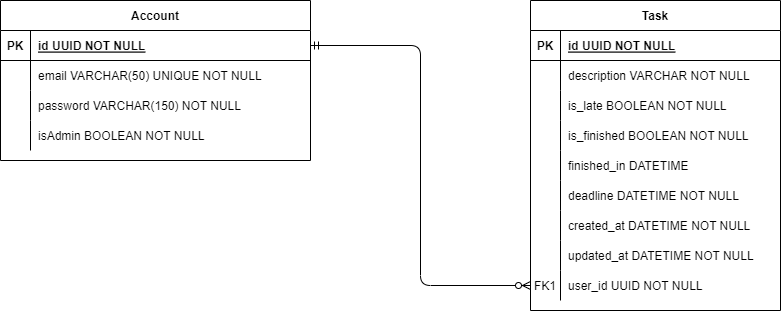
Above: todo.der.png in devmatheuus/taskks-fullstack (draw.io), before the change. Source tidied: cells renumbered, new cells last; positions are measured from the earlier drawing's top-left corner, leaving out a move shared by most shapes. Its diagram source:
```xml
<mxGraphModel>
  <root>
    <mxCell id="0" />
    <mxCell id="1" parent="0" />
    <mxCell id="2" style="endArrow=ERzeroToMany;startArrow=ERmandOne;endFill=1;startFill=0;edgeStyle=orthogonalEdgeStyle;entryX=0;entryY=0.5;entryDx=0;entryDy=0;" parent="1" edge="1" source="32" target="28">
      <mxGeometry relative="1" as="geometry" />
    </mxCell>
    <mxCell id="3" value="Task" style="shape=table;startSize=30;rowLines=0;fontStyle=1;align=center;" parent="1" vertex="1">
      <mxGeometry x="530" width="250" height="310" as="geometry" />
    </mxCell>
    <mxCell id="4" style="shape=partialRectangle;fillColor=none;top=0;left=0;right=0;bottom=1;" parent="3" vertex="1">
      <mxGeometry y="30" width="250" height="30" as="geometry" />
    </mxCell>
    <mxCell id="5" value="PK" style="shape=partialRectangle;overflow=hidden;fillColor=none;top=0;left=0;bottom=0;right=0;fontStyle=1;" parent="4" vertex="1">
      <mxGeometry width="30" height="30" as="geometry" />
    </mxCell>
    <mxCell id="6" value="id UUID NOT NULL " style="shape=partialRectangle;overflow=hidden;fillColor=none;top=0;left=0;bottom=0;right=0;align=left;spacingLeft=6;fontStyle=5;" parent="4" vertex="1">
      <mxGeometry x="30" width="220" height="30" as="geometry" />
    </mxCell>
    <mxCell id="7" style="shape=partialRectangle;fillColor=none;top=0;left=0;right=0;bottom=0;" parent="3" vertex="1">
      <mxGeometry y="60" width="250" height="30" as="geometry" />
    </mxCell>
    <mxCell id="8" style="shape=partialRectangle;overflow=hidden;fillColor=none;top=0;left=0;bottom=0;right=0;" parent="7" vertex="1">
      <mxGeometry width="30" height="30" as="geometry" />
    </mxCell>
    <mxCell id="9" value="description VARCHAR NOT NULL" style="shape=partialRectangle;overflow=hidden;fillColor=none;top=0;left=0;bottom=0;right=0;align=left;spacingLeft=6;" parent="7" vertex="1">
      <mxGeometry x="30" width="220" height="30" as="geometry" />
    </mxCell>
    <mxCell id="10" style="shape=partialRectangle;fillColor=none;top=0;left=0;right=0;bottom=0;" parent="3" vertex="1">
      <mxGeometry y="90" width="250" height="30" as="geometry" />
    </mxCell>
    <mxCell id="11" style="shape=partialRectangle;overflow=hidden;fillColor=none;top=0;left=0;bottom=0;right=0;" parent="10" vertex="1">
      <mxGeometry width="30" height="30" as="geometry" />
    </mxCell>
    <mxCell id="12" value="is_late BOOLEAN NOT NULL    " style="shape=partialRectangle;overflow=hidden;fillColor=none;top=0;left=0;bottom=0;right=0;align=left;spacingLeft=6;" parent="10" vertex="1">
      <mxGeometry x="30" width="220" height="30" as="geometry" />
    </mxCell>
    <mxCell id="13" style="shape=partialRectangle;fillColor=none;top=0;left=0;right=0;bottom=0;" parent="3" vertex="1">
      <mxGeometry y="120" width="250" height="30" as="geometry" />
    </mxCell>
    <mxCell id="14" style="shape=partialRectangle;overflow=hidden;fillColor=none;top=0;left=0;bottom=0;right=0;" parent="13" vertex="1">
      <mxGeometry width="30" height="30" as="geometry" />
    </mxCell>
    <mxCell id="15" style="shape=partialRectangle;overflow=hidden;fillColor=none;top=0;left=0;bottom=0;right=0;align=left;spacingLeft=6;" parent="13" vertex="1">
      <mxGeometry x="30" width="220" height="30" as="geometry" />
    </mxCell>
    <mxCell id="16" style="shape=partialRectangle;fillColor=none;top=0;left=0;right=0;bottom=0;" parent="3" vertex="1">
      <mxGeometry y="150" width="250" height="30" as="geometry" />
    </mxCell>
    <mxCell id="17" style="shape=partialRectangle;overflow=hidden;fillColor=none;top=0;left=0;bottom=0;right=0;" parent="16" vertex="1">
      <mxGeometry width="30" height="30" as="geometry" />
    </mxCell>
    <mxCell id="18" value="finished_in DATETIME" style="shape=partialRectangle;overflow=hidden;fillColor=none;top=0;left=0;bottom=0;right=0;align=left;spacingLeft=6;" parent="16" vertex="1">
      <mxGeometry x="30" width="220" height="30" as="geometry" />
    </mxCell>
    <mxCell id="19" style="shape=partialRectangle;fillColor=none;top=0;left=0;right=0;bottom=0;" parent="3" vertex="1">
      <mxGeometry y="180" width="250" height="30" as="geometry" />
    </mxCell>
    <mxCell id="20" style="shape=partialRectangle;overflow=hidden;fillColor=none;top=0;left=0;bottom=0;right=0;" parent="19" vertex="1">
      <mxGeometry width="30" height="30" as="geometry" />
    </mxCell>
    <mxCell id="21" value="deadline DATETIME NOT NULL " style="shape=partialRectangle;overflow=hidden;fillColor=none;top=0;left=0;bottom=0;right=0;align=left;spacingLeft=6;" parent="19" vertex="1">
      <mxGeometry x="30" width="220" height="30" as="geometry" />
    </mxCell>
    <mxCell id="22" style="shape=partialRectangle;fillColor=none;top=0;left=0;right=0;bottom=0;" parent="3" vertex="1">
      <mxGeometry y="210" width="250" height="30" as="geometry" />
    </mxCell>
    <mxCell id="23" style="shape=partialRectangle;overflow=hidden;fillColor=none;top=0;left=0;bottom=0;right=0;" parent="22" vertex="1">
      <mxGeometry width="30" height="30" as="geometry" />
    </mxCell>
    <mxCell id="24" value="created_at DATETIME NOT NULL" style="shape=partialRectangle;overflow=hidden;fillColor=none;top=0;left=0;bottom=0;right=0;align=left;spacingLeft=6;" parent="22" vertex="1">
      <mxGeometry x="30" width="220" height="30" as="geometry" />
    </mxCell>
    <mxCell id="25" style="shape=partialRectangle;fillColor=none;top=0;left=0;right=0;bottom=0;" parent="3" vertex="1">
      <mxGeometry y="240" width="250" height="30" as="geometry" />
    </mxCell>
    <mxCell id="26" style="shape=partialRectangle;overflow=hidden;fillColor=none;top=0;left=0;bottom=0;right=0;" parent="25" vertex="1">
      <mxGeometry width="30" height="30" as="geometry" />
    </mxCell>
    <mxCell id="27" value="updated_at DATETIME NOT NULL" style="shape=partialRectangle;overflow=hidden;fillColor=none;top=0;left=0;bottom=0;right=0;align=left;spacingLeft=6;" parent="25" vertex="1">
      <mxGeometry x="30" width="220" height="30" as="geometry" />
    </mxCell>
    <mxCell id="28" style="shape=partialRectangle;fillColor=none;points=[[0,0.5],[1,0.5]];portConstraint=eastwest;top=0;left=0;right=0;bottom=0;" parent="3" vertex="1">
      <mxGeometry y="270" width="250" height="30" as="geometry" />
    </mxCell>
    <mxCell id="29" value="FK1" style="shape=partialRectangle;overflow=hidden;fillColor=none;top=0;left=0;bottom=0;right=0;" parent="28" vertex="1">
      <mxGeometry width="30" height="30" as="geometry" />
    </mxCell>
    <mxCell id="30" value="user_id UUID NOT NULL " style="shape=partialRectangle;overflow=hidden;fillColor=none;top=0;left=0;bottom=0;right=0;align=left;spacingLeft=6;" parent="28" vertex="1">
      <mxGeometry x="30" width="220" height="30" as="geometry" />
    </mxCell>
    <mxCell id="31" value="Account" style="shape=table;startSize=30;rowLines=0;fontStyle=1;align=center;" parent="1" vertex="1">
      <mxGeometry width="310" height="160" as="geometry" />
    </mxCell>
    <mxCell id="32" style="shape=partialRectangle;fillColor=none;points=[[0,0.5],[1,0.5]];portConstraint=eastwest;top=0;left=0;right=0;bottom=1;" parent="31" vertex="1">
      <mxGeometry y="30" width="310" height="30" as="geometry" />
    </mxCell>
    <mxCell id="33" value="PK" style="shape=partialRectangle;overflow=hidden;fillColor=none;top=0;left=0;bottom=0;right=0;fontStyle=1;" parent="32" vertex="1">
      <mxGeometry width="30" height="30" as="geometry" />
    </mxCell>
    <mxCell id="34" value="id UUID NOT NULL " style="shape=partialRectangle;overflow=hidden;fillColor=none;top=0;left=0;bottom=0;right=0;align=left;spacingLeft=6;fontStyle=5;" parent="32" vertex="1">
      <mxGeometry x="30" width="280" height="30" as="geometry" />
    </mxCell>
    <mxCell id="35" style="shape=partialRectangle;fillColor=none;top=0;left=0;right=0;bottom=0;" parent="31" vertex="1">
      <mxGeometry y="60" width="310" height="30" as="geometry" />
    </mxCell>
    <mxCell id="36" style="shape=partialRectangle;overflow=hidden;fillColor=none;top=0;left=0;bottom=0;right=0;" parent="35" vertex="1">
      <mxGeometry width="30" height="30" as="geometry" />
    </mxCell>
    <mxCell id="37" value="email VARCHAR(50) UNIQUE NOT NULL" style="shape=partialRectangle;overflow=hidden;fillColor=none;top=0;left=0;bottom=0;right=0;align=left;spacingLeft=6;" parent="35" vertex="1">
      <mxGeometry x="30" width="280" height="30" as="geometry" />
    </mxCell>
    <mxCell id="38" style="shape=partialRectangle;fillColor=none;top=0;left=0;right=0;bottom=0;" parent="31" vertex="1">
      <mxGeometry y="90" width="310" height="30" as="geometry" />
    </mxCell>
    <mxCell id="39" style="shape=partialRectangle;overflow=hidden;fillColor=none;top=0;left=0;bottom=0;right=0;" parent="38" vertex="1">
      <mxGeometry width="30" height="30" as="geometry" />
    </mxCell>
    <mxCell id="40" value="password VARCHAR(150) NOT NULL" style="shape=partialRectangle;overflow=hidden;fillColor=none;top=0;left=0;bottom=0;right=0;align=left;spacingLeft=6;" parent="38" vertex="1">
      <mxGeometry x="30" width="280" height="30" as="geometry" />
    </mxCell>
    <mxCell id="41" style="shape=partialRectangle;fillColor=none;top=0;left=0;right=0;bottom=0;" parent="31" vertex="1">
      <mxGeometry y="120" width="310" height="30" as="geometry" />
    </mxCell>
    <mxCell id="42" style="shape=partialRectangle;overflow=hidden;fillColor=none;top=0;left=0;bottom=0;right=0;" parent="41" vertex="1">
      <mxGeometry width="30" height="30" as="geometry" />
    </mxCell>
    <mxCell id="43" value="isAdmin BOOLEAN NOT NULL" style="shape=partialRectangle;overflow=hidden;fillColor=none;top=0;left=0;bottom=0;right=0;align=left;spacingLeft=6;" parent="41" vertex="1">
      <mxGeometry x="30" width="280" height="30" as="geometry" />
    </mxCell>
    <mxCell id="44" value="is_finished BOOLEAN NOT NULL" style="shape=partialRectangle;overflow=hidden;fillColor=none;top=0;left=0;bottom=0;right=0;align=left;spacingLeft=6;" parent="1" vertex="1">
      <mxGeometry x="560" y="120" width="220" height="30" as="geometry" />
    </mxCell>
  </root>
</mxGraphModel>
```
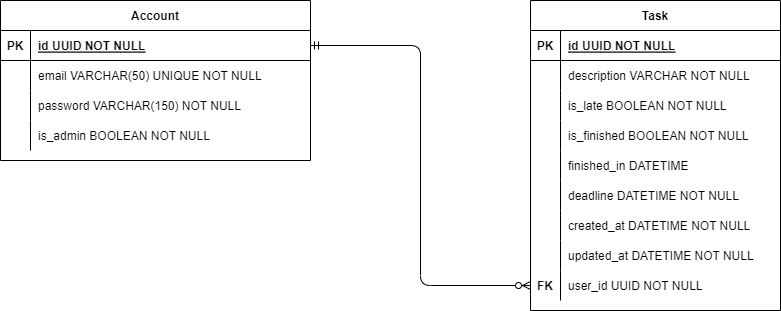
The same file after the commit.

What changed in the source:
```diff
@@ -83,7 +83,7 @@
     <mxCell id="28" style="shape=partialRectangle;fillColor=none;points=[[0,0.5],[1,0.5]];portConstraint=eastwest;top=0;left=0;right=0;bottom=0;" parent="3" vertex="1">
       <mxGeometry y="270" width="250" height="30" as="geometry" />
     </mxCell>
-    <mxCell id="29" value="FK1" style="shape=partialRectangle;overflow=hidden;fillColor=none;top=0;left=0;bottom=0;right=0;" parent="28" vertex="1">
+    <mxCell id="29" value="FK" style="shape=partialRectangle;overflow=hidden;fillColor=none;top=0;left=0;bottom=0;right=0;fontStyle=1;" parent="28" vertex="1">
       <mxGeometry width="30" height="30" as="geometry" />
     </mxCell>
     <mxCell id="30" value="user_id UUID NOT NULL " style="shape=partialRectangle;overflow=hidden;fillColor=none;top=0;left=0;bottom=0;right=0;align=left;spacingLeft=6;" parent="28" vertex="1">
@@ -125,7 +125,7 @@
     <mxCell id="42" style="shape=partialRectangle;overflow=hidden;fillColor=none;top=0;left=0;bottom=0;right=0;" parent="41" vertex="1">
       <mxGeometry width="30" height="30" as="geometry" />
     </mxCell>
-    <mxCell id="43" value="isAdmin BOOLEAN NOT NULL" style="shape=partialRectangle;overflow=hidden;fillColor=none;top=0;left=0;bottom=0;right=0;align=left;spacingLeft=6;" parent="41" vertex="1">
+    <mxCell id="43" value="is_admin BOOLEAN NOT NULL" style="shape=partialRectangle;overflow=hidden;fillColor=none;top=0;left=0;bottom=0;right=0;align=left;spacingLeft=6;" parent="41" vertex="1">
       <mxGeometry x="30" width="280" height="30" as="geometry" />
     </mxCell>
     <mxCell id="44" value="is_finished BOOLEAN NOT NULL" style="shape=partialRectangle;overflow=hidden;fillColor=none;top=0;left=0;bottom=0;right=0;align=left;spacingLeft=6;" parent="1" vertex="1">
```
